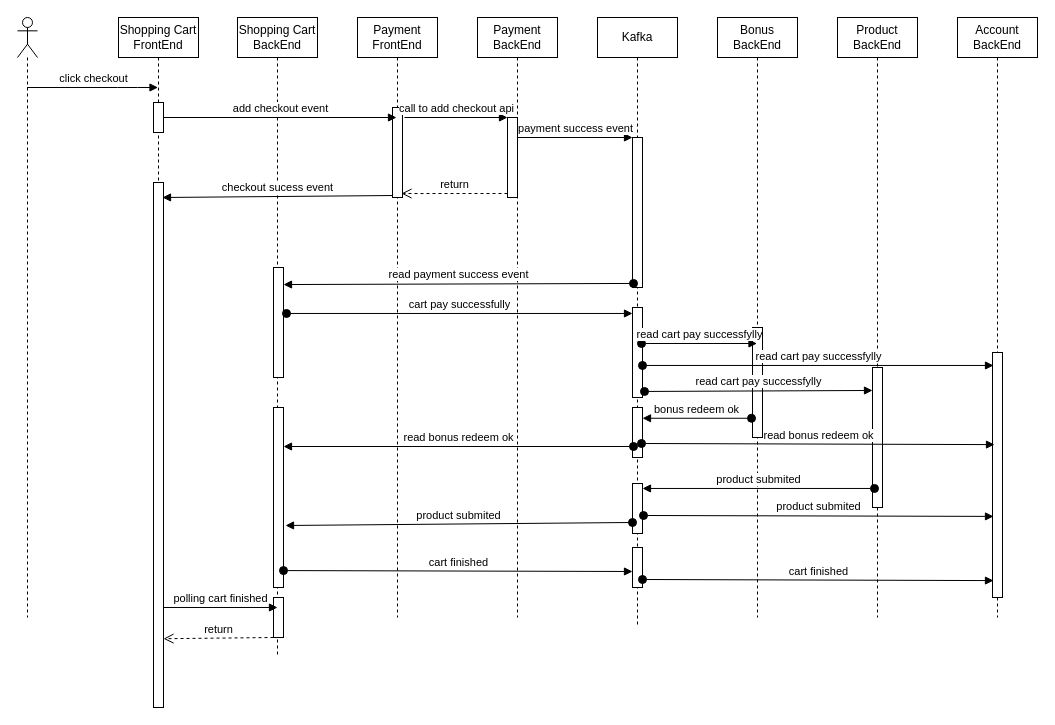
Before: page "checkout-flow" (5 of 5) of shopping-cart-fe-flow.drawio in quoaum/draw-io, a draw.io diagram. Source tidied: cells renumbered, new cells numbered last; positions are measured from the earlier drawing's top-left corner, leaving out a move shared by most shapes. Both pictures are drawn from the tidied source at 100%, with x=0, y=0 at pixel (17, 17).
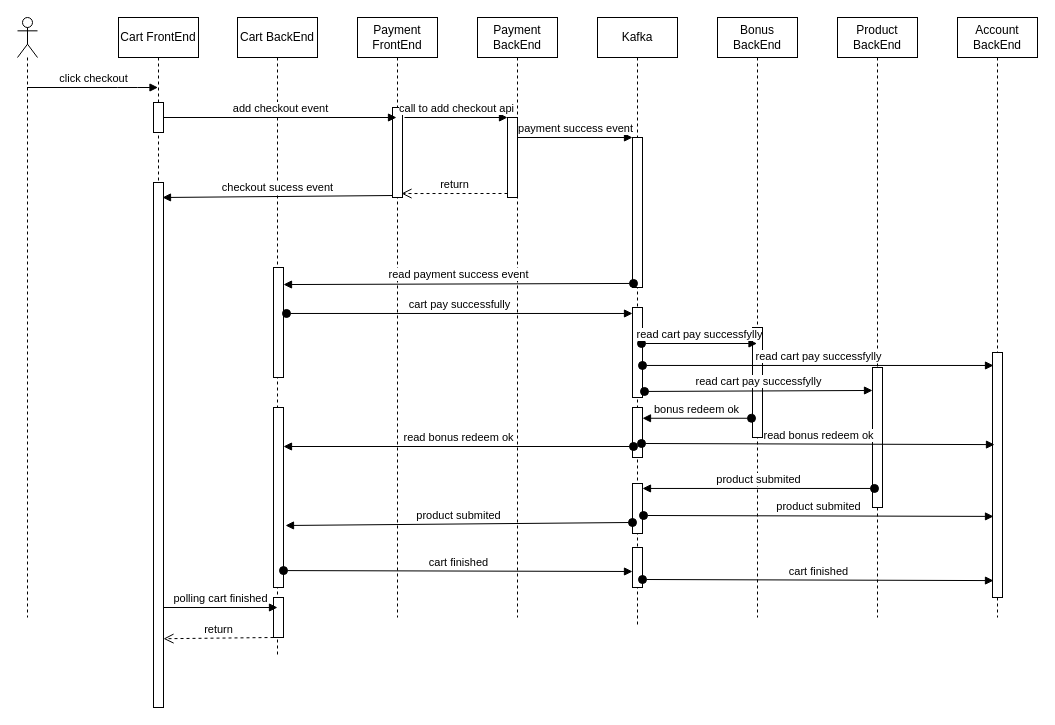
After the change.

The edit, as a diff of the source:
```diff
@@
-    <mxCell id="5" value="Shopping Cart BackEnd" style="shape=umlLifeline;perimeter=lifelinePerimeter;whiteSpace=wrap;html=1;" parent="1" vertex="1">
+    <mxCell id="5" value="Cart BackEnd" style="shape=umlLifeline;perimeter=lifelinePerimeter;whiteSpace=wrap;html=1;" parent="1" vertex="1">
       <mxGeometry x="220" width="80" height="640" as="geometry" />
     </mxCell>
@@
-    <mxCell id="9" value="Shopping Cart FrontEnd" style="shape=umlLifeline;perimeter=lifelinePerimeter;whiteSpace=wrap;html=1;outlineConnect=0;" parent="1" vertex="1">
+    <mxCell id="9" value="Cart FrontEnd" style="shape=umlLifeline;perimeter=lifelinePerimeter;whiteSpace=wrap;html=1;outlineConnect=0;" parent="1" vertex="1">
       <mxGeometry x="101" width="80" height="690" as="geometry" />
     </mxCell>
```
